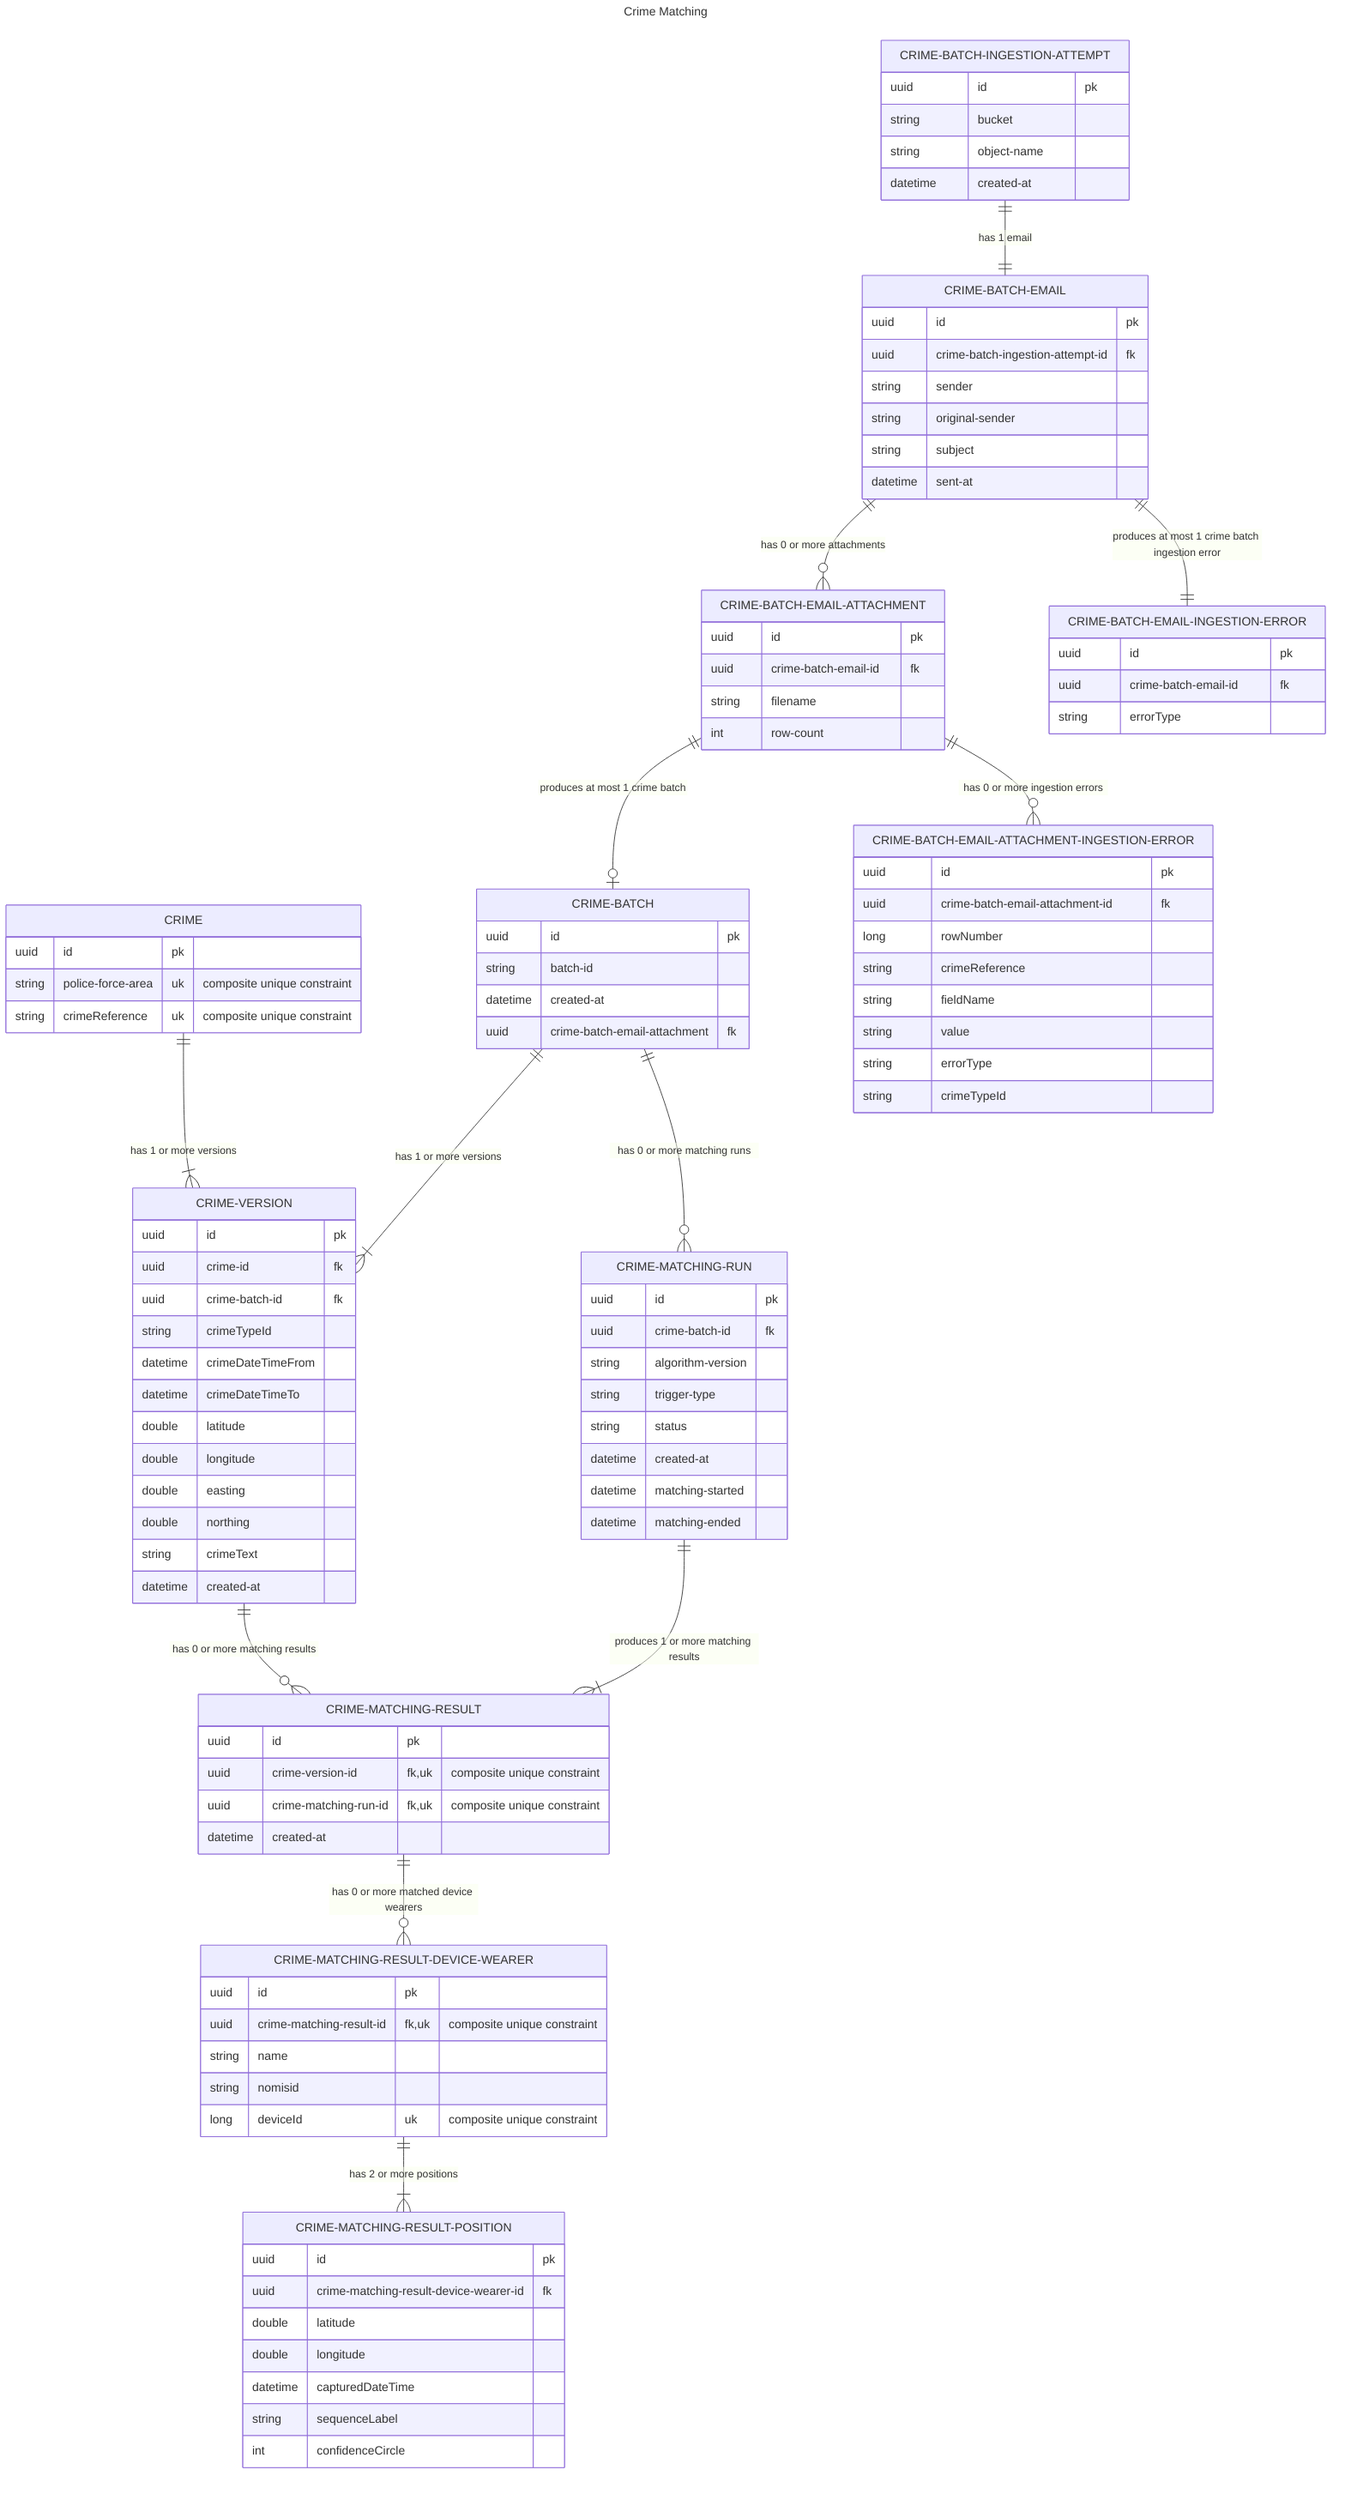
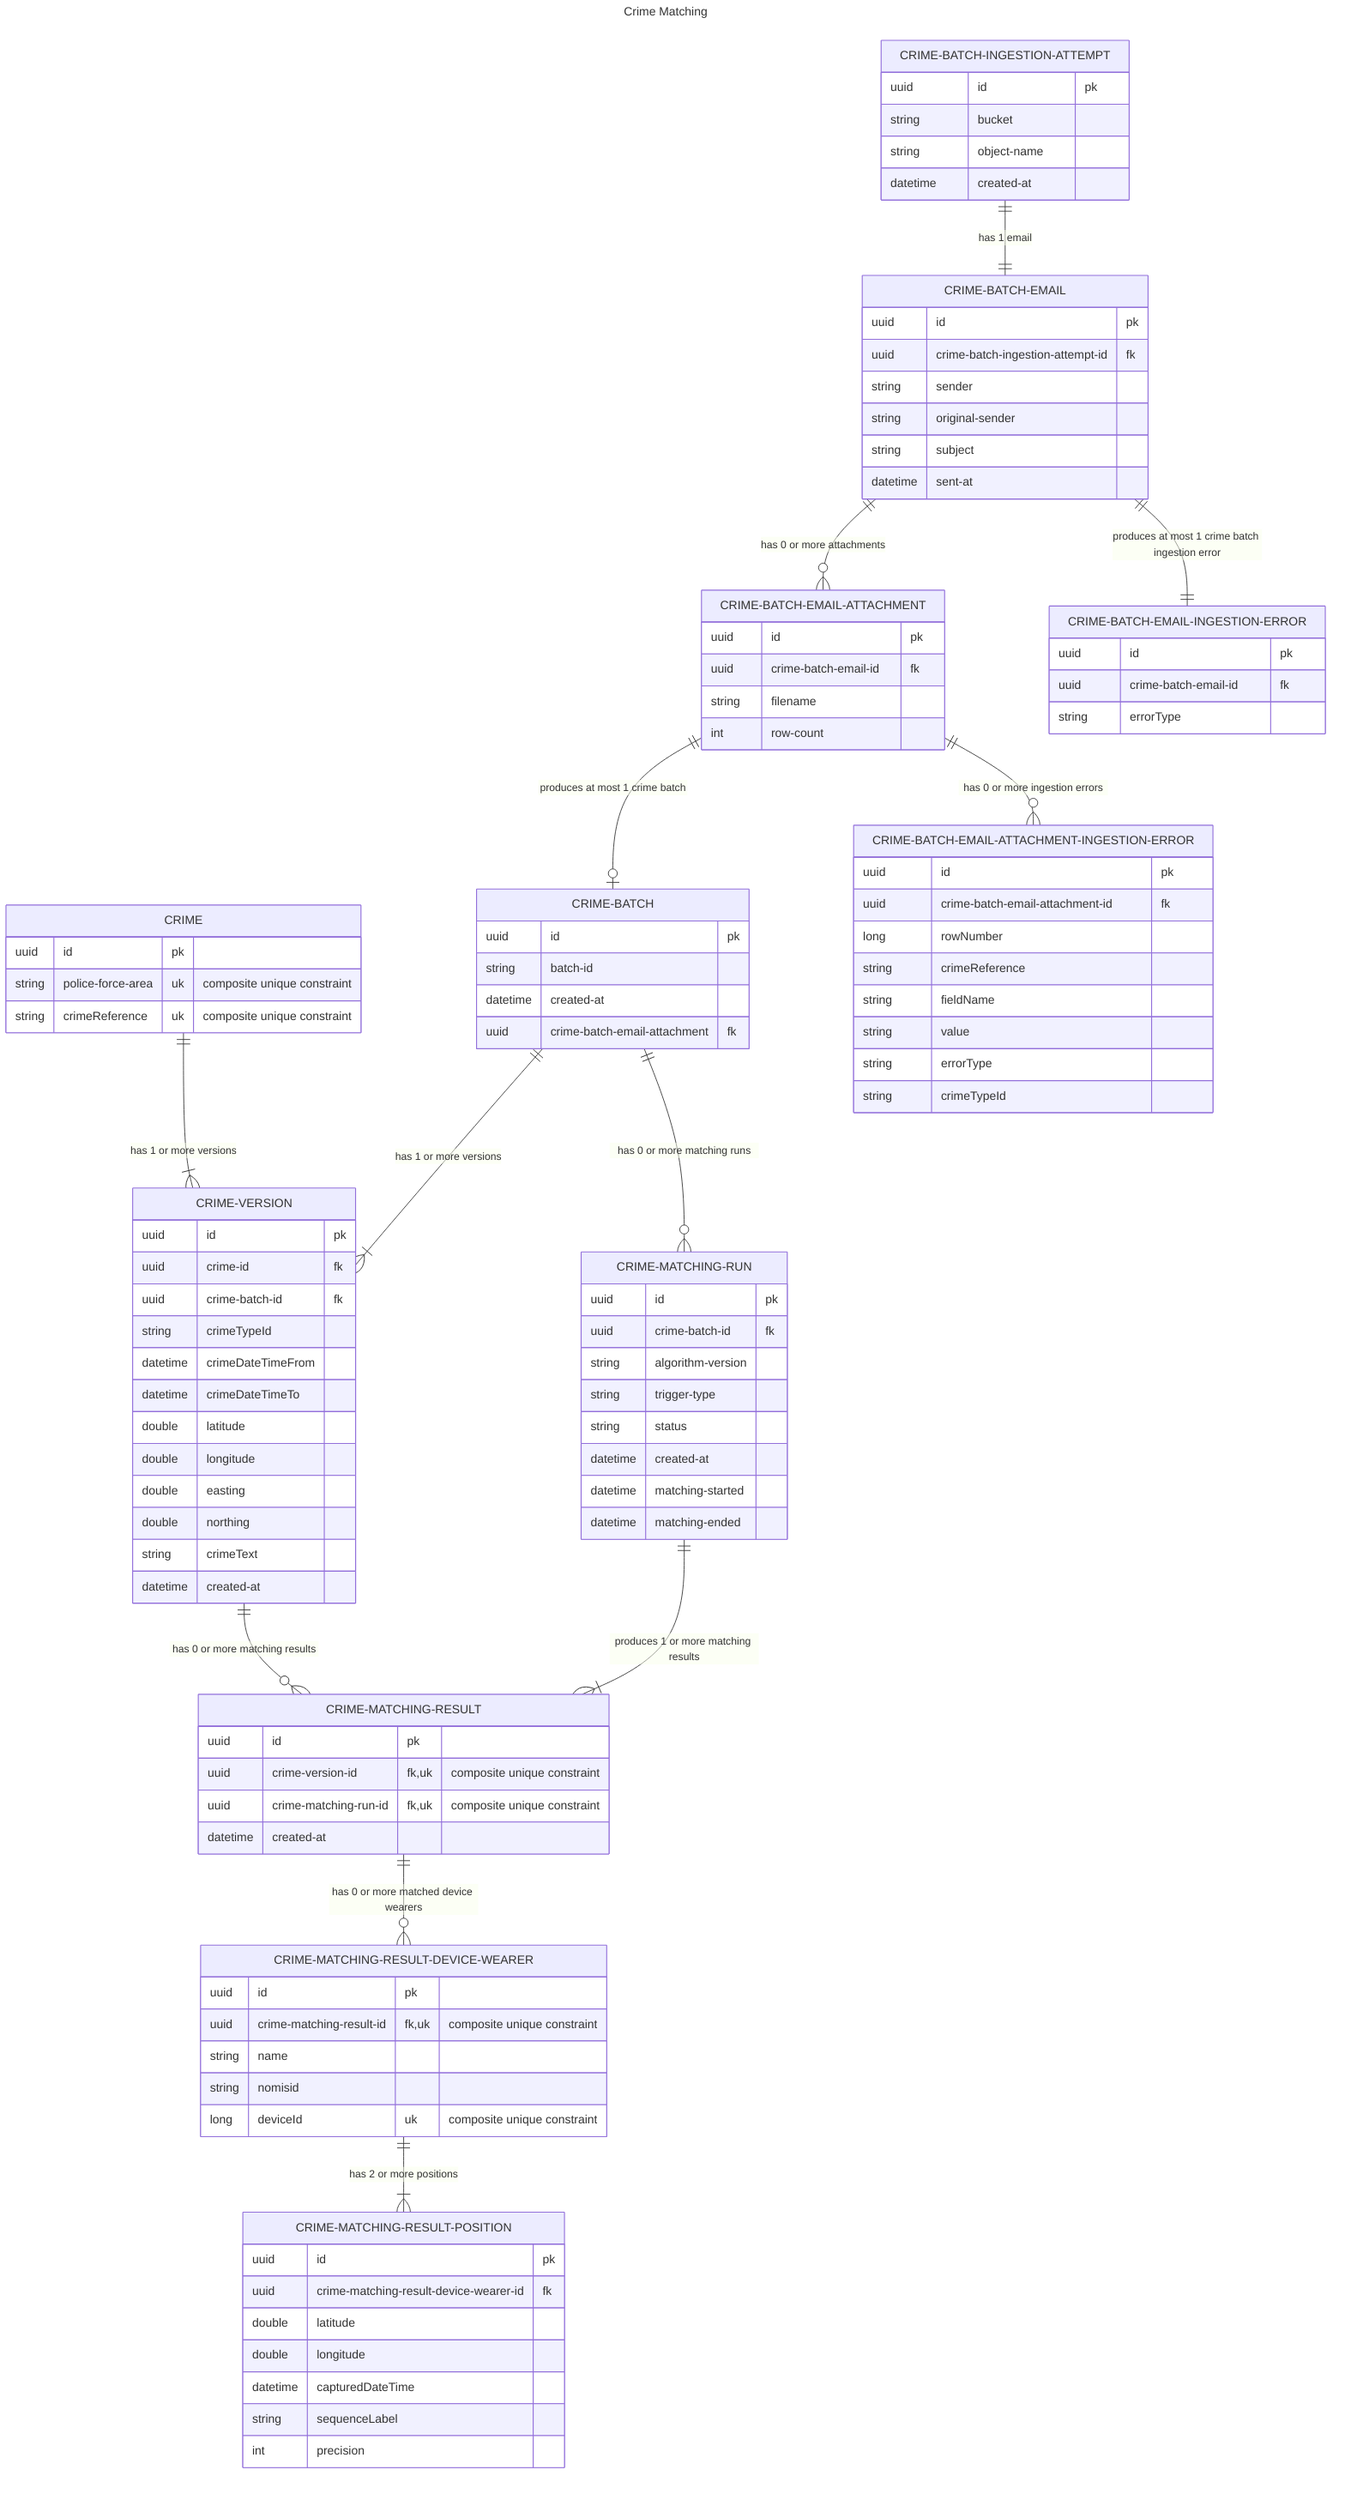
---
title: Crime Matching
---
erDiagram
    %% Domain
    CRIME 1 to 1+ CRIME-VERSION : "has 1 or more versions"
    CRIME-VERSION 1 to 0+ CRIME-MATCHING-RESULT : "has 0 or more matching results"
    CRIME-BATCH 1 to 1+ CRIME-VERSION : "has 1 or more versions"

    %% Ingestion
    CRIME-BATCH-EMAIL-ATTACHMENT 1 to zero or one CRIME-BATCH : "produces at most 1 crime batch"
    CRIME-BATCH-INGESTION-ATTEMPT 1 to 1 CRIME-BATCH-EMAIL : "has 1 email"
    CRIME-BATCH-EMAIL 1 to 0+ CRIME-BATCH-EMAIL-ATTACHMENT : "has 0 or more attachments"
    CRIME-BATCH-EMAIL-ATTACHMENT 1 to zero or more CRIME-BATCH-EMAIL-ATTACHMENT-INGESTION-ERROR : "has 0 or more ingestion errors"
    CRIME-BATCH-EMAIL 1 to 1 CRIME-BATCH-EMAIL-INGESTION-ERROR : "produces at most 1 crime batch ingestion error"

    %% Matching
    CRIME-BATCH 1 to 0+ CRIME-MATCHING-RUN : "has 0 or more matching runs"
    CRIME-MATCHING-RUN 1 to 1+ CRIME-MATCHING-RESULT : "produces 1 or more matching results"
    CRIME-MATCHING-RESULT 1 to 0+ CRIME-MATCHING-RESULT-DEVICE-WEARER : "has 0 or more matched device wearers"
    CRIME-MATCHING-RESULT-DEVICE-WEARER 1 to 1+ CRIME-MATCHING-RESULT-POSITION : "has 2 or more positions"

    CRIME-BATCH {
        uuid id pk
        string batch-id
        datetime created-at
        uuid crime-batch-email-attachment fk
    }

    CRIME-BATCH-INGESTION-ATTEMPT {
        uuid id pk
        string bucket
        string object-name
        datetime created-at
    }

    CRIME-BATCH-EMAIL-INGESTION-ERROR  {
        uuid id pk
        uuid crime-batch-email-id fk
        string errorType
    }

    CRIME-BATCH-EMAIL {
        uuid id pk
        uuid crime-batch-ingestion-attempt-id fk
        string sender
        string original-sender
        string subject
        datetime sent-at
    }

    CRIME-BATCH-EMAIL-ATTACHMENT {
        uuid id pk
        uuid crime-batch-email-id fk
        string filename
        int row-count
    }

    CRIME-BATCH-EMAIL-ATTACHMENT-INGESTION-ERROR {
        uuid id pk
        uuid crime-batch-email-attachment-id fk
        long rowNumber
        string crimeReference
        string fieldName
        string value
        string errorType
        string crimeTypeId
    }

    CRIME {
        uuid id pk
        string police-force-area uk "composite unique constraint"
        string crimeReference uk "composite unique constraint"
    }

    CRIME-VERSION {
        uuid id pk
        uuid crime-id fk
        uuid crime-batch-id fk
        string crimeTypeId
        datetime crimeDateTimeFrom
        datetime crimeDateTimeTo
        double latitude
        double longitude
        double easting
        double northing
        string crimeText
        datetime created-at
    }

    CRIME-MATCHING-RUN {
        uuid id pk
        uuid crime-batch-id fk
        string algorithm-version
        string trigger-type
        string status
        datetime created-at
        datetime matching-started
        datetime matching-ended
    }

    CRIME-MATCHING-RESULT {
        uuid id pk
        uuid crime-version-id fk, uk "composite unique constraint"
        uuid crime-matching-run-id fk, uk "composite unique constraint"
        datetime created-at
    }

    CRIME-MATCHING-RESULT-DEVICE-WEARER {
        uuid id pk
        uuid crime-matching-result-id fk, uk "composite unique constraint"
        string name
        string nomisid
        long deviceId uk "composite unique constraint"
    }

    CRIME-MATCHING-RESULT-POSITION {
        uuid id pk
        uuid crime-matching-result-device-wearer-id fk
        double latitude
        double longitude
        datetime capturedDateTime
        string sequenceLabel
-         int confidenceCircle
+         int precision
    }